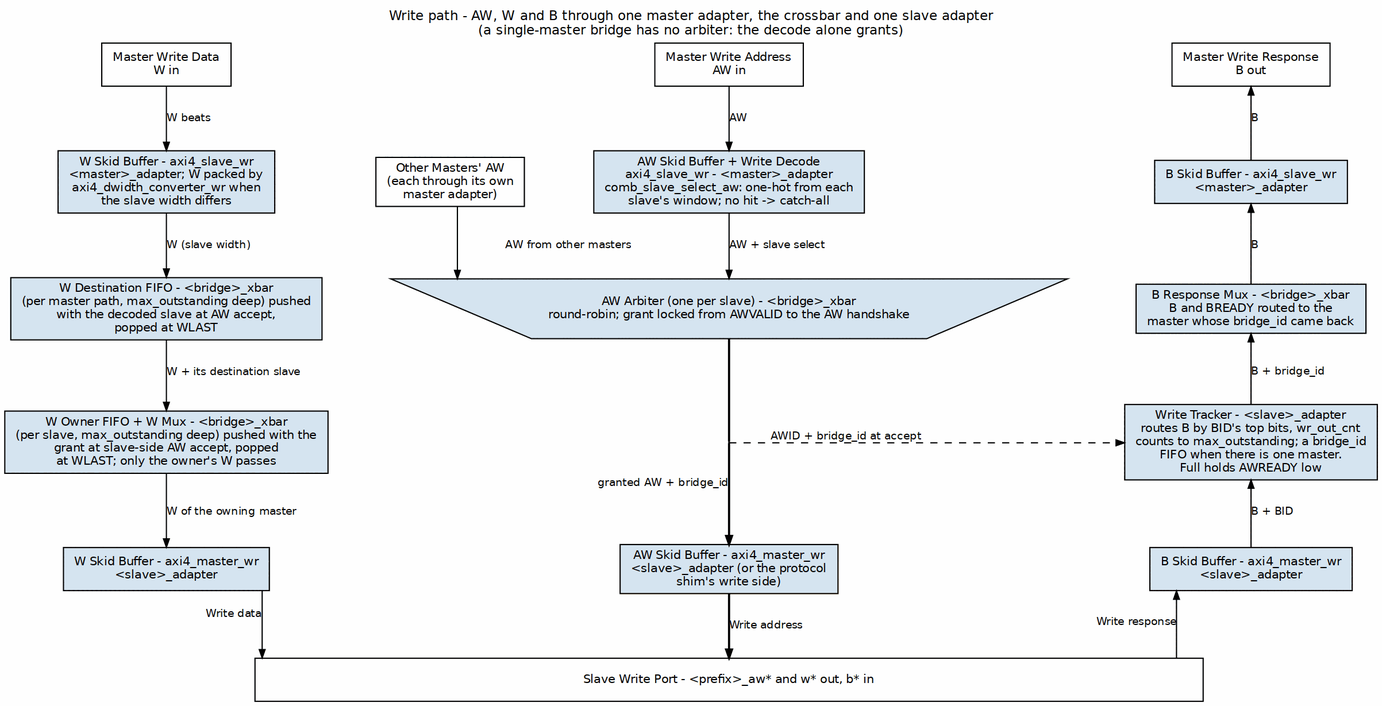
sean-galloway/RTLDesignSherpa keeps this Graphviz diagram as projects/components/fabric-gen-ip/bridge/docs/bridge_has/assets/graphviz/write_path_flow.png. Above is the earlier version. Its source is kept beside it as projects/components/fabric-gen-ip/bridge/docs/bridge_has/assets/graphviz/write_path_flow.dot.
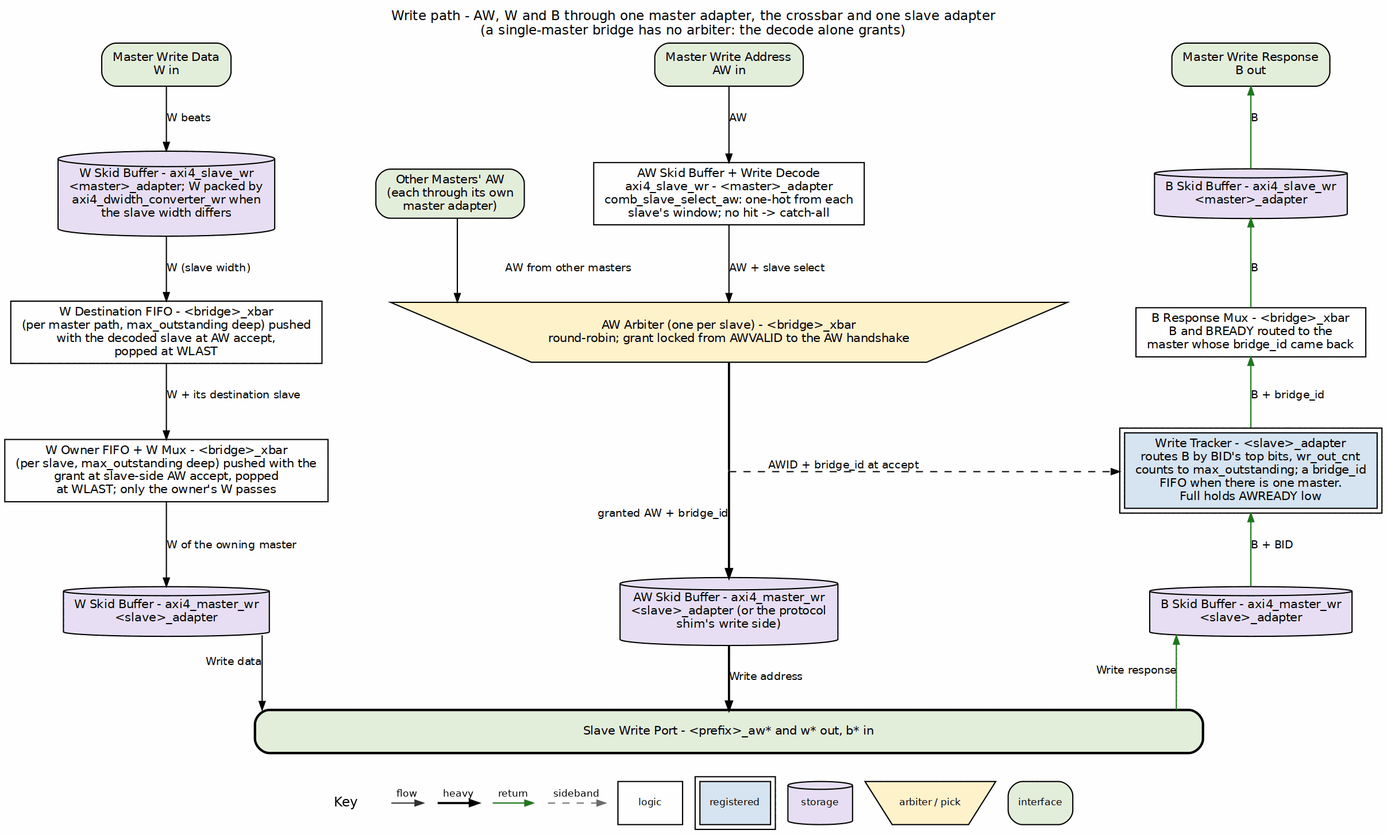
The same file after the commit.

Diff of the diagram source:
```diff
@@ -3,36 +3,36 @@
            nodesep="0.40", ranksep="0.60", splines=ortho, labelloc=t,
            label="Write path - AW, W and B through one master adapter, the crossbar and one slave adapter\n(a single-master bridge has no arbiter: the decode alone grants)"];
     node  [fontname="Helvetica", fontsize=10, shape=box, style=filled,
-           fillcolor="#D6E4F0", color="black", margin="0.12,0.06"];
+           fillcolor="white", color="black", margin="0.12,0.06"];
     edge  [fontname="Helvetica", fontsize=9, color="black", arrowsize=0.7];
 
-    pw [label="Master Write Data\nW in", fillcolor="white", group=L];
-    pc [label="Master Write Address\nAW in", fillcolor="white", group=C];
-    pr [label="Master Write Response\nB out", fillcolor="white", group=R];
+    pw [label="Master Write Data\nW in", fillcolor="white", group=L, style="rounded,filled", fillcolor="#E2EFDA"];
+    pc [label="Master Write Address\nAW in", fillcolor="white", group=C, style="rounded,filled", fillcolor="#E2EFDA"];
+    pr [label="Master Write Response\nB out", fillcolor="white", group=R, style="rounded,filled", fillcolor="#E2EFDA"];
     { rank=same; pw; pc; pr; }
     pw -> pc -> pr [style=invis];
-    mW [label="W Skid Buffer - axi4_slave_wr\n<master>_adapter; W packed by\naxi4_dwidth_converter_wr when\nthe slave width differs", group=L];
-    others [label="Other Masters' AW\n(each through its own\nmaster adapter)", fillcolor="white"];
-    mC [label="AW Skid Buffer + Write Decode\naxi4_slave_wr - <master>_adapter\ncomb_slave_select_aw: one-hot from each\nslave's window; no hit -> catch-all", group=C];
-    mR [label="B Skid Buffer - axi4_slave_wr\n<master>_adapter", group=R];
+    mW [label="W Skid Buffer - axi4_slave_wr\n<master>_adapter; W packed by\naxi4_dwidth_converter_wr when\nthe slave width differs", group=L, shape=cylinder, style="filled", fillcolor="#E8DFF5"];
+    others [label="Other Masters' AW\n(each through its own\nmaster adapter)", fillcolor="white", style="rounded,filled", fillcolor="#E2EFDA"];
+    mC [label="AW Skid Buffer + Write Decode\naxi4_slave_wr - <master>_adapter\ncomb_slave_select_aw: one-hot from each\nslave's window; no hit -> catch-all", group=C, style="filled", fillcolor="white"];
+    mR [label="B Skid Buffer - axi4_slave_wr\n<master>_adapter", group=R, shape=cylinder, style="filled", fillcolor="#E8DFF5"];
     { rank=same; mW; others; mC; mR; }
     mW -> others -> mC -> mR [style=invis];
-    wdest [label="W Destination FIFO - <bridge>_xbar\n(per master path, max_outstanding deep) pushed\nwith the decoded slave at AW accept,\npopped at WLAST", group=L];
-    arb [label="AW Arbiter (one per slave) - <bridge>_xbar\nround-robin; grant locked from AWVALID to the AW handshake", shape=invtrapezium, width=6.4, height=0.7, group=C];
-    rmux [label="B Response Mux - <bridge>_xbar\nB and BREADY routed to the\nmaster whose bridge_id came back", group=R];
+    wdest [label="W Destination FIFO - <bridge>_xbar\n(per master path, max_outstanding deep) pushed\nwith the decoded slave at AW accept,\npopped at WLAST", group=L, style="filled", fillcolor="white"];
+    arb [label="AW Arbiter (one per slave) - <bridge>_xbar\nround-robin; grant locked from AWVALID to the AW handshake", shape=invtrapezium, width=6.4, height=0.7, group=C, style="filled", fillcolor="#FFF2CC"];
+    rmux [label="B Response Mux - <bridge>_xbar\nB and BREADY routed to the\nmaster whose bridge_id came back", group=R, style="filled", fillcolor="white"];
     { rank=same; wdest; arb; rmux; }
     wdest -> arb -> rmux [style=invis];
-    wown [label="W Owner FIFO + W Mux - <bridge>_xbar\n(per slave, max_outstanding deep) pushed with the\ngrant at slave-side AW accept, popped\nat WLAST; only the owner's W passes", group=L];
+    wown [label="W Owner FIFO + W Mux - <bridge>_xbar\n(per slave, max_outstanding deep) pushed with the\ngrant at slave-side AW accept, popped\nat WLAST; only the owner's W passes", group=L, style="filled", fillcolor="white"];
     pc3 [shape=point, width=0.01, label="", group=C];
-    trk [label="Write Tracker - <slave>_adapter\nroutes B by BID's top bits, wr_out_cnt\ncounts to max_outstanding; a bridge_id\nFIFO when there is one master.\nFull holds AWREADY low", group=R];
+    trk [label="Write Tracker - <slave>_adapter\nroutes B by BID's top bits, wr_out_cnt\ncounts to max_outstanding; a bridge_id\nFIFO when there is one master.\nFull holds AWREADY low", group=R, peripheries=2, style="filled", fillcolor="#D6E4F0"];
     { rank=same; wown; pc3; trk; }
     wown -> pc3 [style=invis];
-    sW [label="W Skid Buffer - axi4_master_wr\n<slave>_adapter", group=L];
-    sC [label="AW Skid Buffer - axi4_master_wr\n<slave>_adapter (or the protocol\nshim's write side)", group=C];
-    sR [label="B Skid Buffer - axi4_master_wr\n<slave>_adapter", group=R];
+    sW [label="W Skid Buffer - axi4_master_wr\n<slave>_adapter", group=L, shape=cylinder, style="filled", fillcolor="#E8DFF5"];
+    sC [label="AW Skid Buffer - axi4_master_wr\n<slave>_adapter (or the protocol\nshim's write side)", group=C, shape=cylinder, style="filled", fillcolor="#E8DFF5"];
+    sR [label="B Skid Buffer - axi4_master_wr\n<slave>_adapter", group=R, shape=cylinder, style="filled", fillcolor="#E8DFF5"];
     { rank=same; sW; sC; sR; }
     sW -> sC -> sR [style=invis];
-    bar [label="Slave Write Port - <prefix>_aw* and w* out, b* in", fillcolor="white", width=11, group=C];
+    bar [label="Slave Write Port - <prefix>_aw* and w* out, b* in", fillcolor="white", width=11, group=C, style="rounded,filled,bold", fillcolor="#E2EFDA"];
     pw -> mW [label="W beats"];
     mW -> wdest [label="W (slave width)"];
     wdest -> wown [label="W + its destination slave"];
@@ -44,10 +44,10 @@
     arb -> pc3 [dir=none, penwidth=1.8];
     pc3 -> sC [xlabel="granted AW + bridge_id", penwidth=1.8];
     sC -> bar [label="Write address", penwidth=1.8];
-    pr -> mR [dir=back, label="B"];
-    mR -> rmux [dir=back, label="B"];
-    rmux -> trk [dir=back, label="B + bridge_id"];
-    trk -> sR [dir=back, label="B + BID"];
-    sR -> bar [dir=back, xlabel="Write response"];
+    pr -> mR [color="#1A7A1A", dir=back, label="B"];
+    mR -> rmux [color="#1A7A1A", dir=back, label="B"];
+    rmux -> trk [color="#1A7A1A", dir=back, label="B + bridge_id"];
+    trk -> sR [color="#1A7A1A", dir=back, label="B + BID"];
+    sR -> bar [color="#1A7A1A", dir=back, xlabel="Write response"];
     pc3 -> trk [style=dashed, xlabel="AWID + bridge_id at accept"];
 }
```
